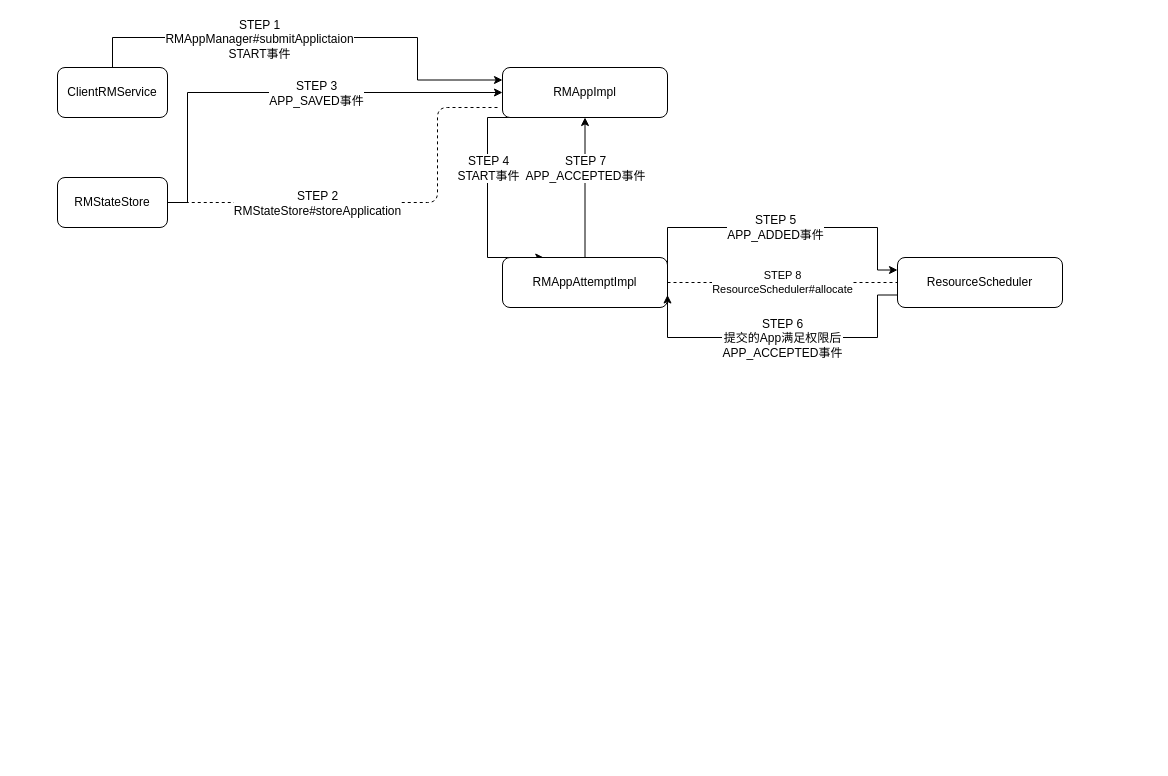
Earlier version of the draw.io diagram 启动ApplicationMaster流程.drawio (Xiwu1994/chart). Source tidied: cells renumbered, new cells numbered last; positions are measured from the earlier drawing's top-left corner, leaving out a move shared by most shapes. Both pictures are drawn from the tidied source at 100%, with x=0, y=0 at pixel (57, 37).
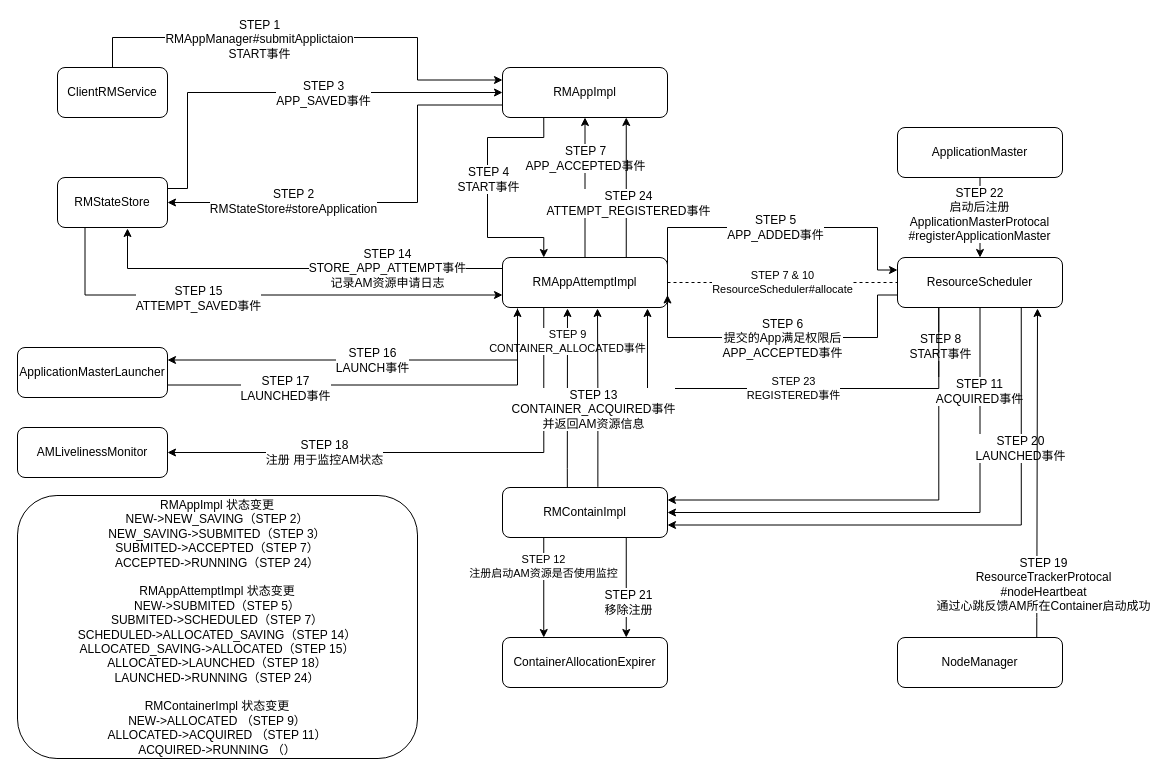
The same diagram, later.

Unchanged cells that the change refers to:
```xml
<mxCell id="7" value="RMAppImpl" style="rounded=1;whiteSpace=wrap;html=1;" parent="1" vertex="1">
  <mxGeometry x="445" y="30" width="165" height="50" as="geometry" />
</mxCell>
<mxCell id="10" value="RMStateStore" style="rounded=1;whiteSpace=wrap;html=1;" parent="1" vertex="1">
  <mxGeometry y="140" width="110" height="50" as="geometry" />
</mxCell>
<mxCell id="15" style="edgeStyle=orthogonalEdgeStyle;rounded=0;jettySize=auto;html=1;exitX=0.5;exitY=0;exitDx=0;exitDy=0;entryX=0.5;entryY=1;entryDx=0;entryDy=0;" parent="1" edge="1" source="17" target="7">
  <mxGeometry relative="1" as="geometry" />
</mxCell>
<mxCell id="17" value="RMAppAttemptImpl" style="rounded=1;whiteSpace=wrap;html=1;" parent="1" vertex="1">
  <mxGeometry x="445" y="220" width="165" height="50" as="geometry" />
</mxCell>
<mxCell id="20" value="ResourceScheduler" style="rounded=1;whiteSpace=wrap;html=1;" parent="1" vertex="1">
  <mxGeometry x="840" y="220" width="165" height="50" as="geometry" />
</mxCell>
```

Change to the diagram source:
```diff
@@
     <mxCell id="5" style="edgeStyle=orthogonalEdgeStyle;rounded=0;jettySize=auto;html=1;exitX=0.25;exitY=1;exitDx=0;exitDy=0;entryX=0.25;entryY=0;entryDx=0;entryDy=0;" parent="1" edge="1" source="7" target="17">
       <mxGeometry relative="1" as="geometry">
         <Array as="points">
-          <mxPoint x="430" y="80" />
-          <mxPoint x="430" y="220" />
+          <mxPoint x="486" y="100" />
+          <mxPoint x="430" y="100" />
+          <mxPoint x="430" y="200" />
+          <mxPoint x="486" y="200" />
         </Array>
       </mxGeometry>
     </mxCell>
     <mxCell id="6" value="STEP 4&lt;br&gt;START事件" style="text;html=1;align=center;verticalAlign=middle;labelBackgroundColor=#ffffff;" parent="5" vertex="1">
       <mxGeometry x="-0.21" y="-1" relative="1" as="geometry">
-        <mxPoint x="1" y="7" as="offset" />
+        <mxPoint x="1" y="17.5" as="offset" />
       </mxGeometry>
     </mxCell>
+    <mxCell id="22" style="edgeStyle=orthogonalEdgeStyle;rounded=0;jettySize=auto;html=1;exitX=0;exitY=0.75;exitDx=0;exitDy=0;entryX=1;entryY=0.5;entryDx=0;entryDy=0;" parent="1" edge="1" source="7" target="10">
+      <mxGeometry relative="1" as="geometry">
+        <Array as="points">
+          <mxPoint x="360" y="67" />
+          <mxPoint x="360" y="165" />
+        </Array>
+      </mxGeometry>
+    </mxCell>
+    <mxCell id="12" value="STEP 2&lt;br&gt;RMStateStore#storeApplication" style="text;html=1;align=center;verticalAlign=middle;labelBackgroundColor=#ffffff;" parent="22" vertex="1">
+      <mxGeometry x="0.42" y="-2" relative="1" as="geometry" />
+    </mxCell>
@@
     <mxCell id="8" style="edgeStyle=orthogonalEdgeStyle;rounded=0;jettySize=auto;html=1;entryX=0;entryY=0.5;entryDx=0;entryDy=0;" parent="1" edge="1" source="10" target="7">
       <mxGeometry relative="1" as="geometry">
         <Array as="points">
-          <mxPoint x="130" y="165" />
+          <mxPoint x="130" y="151" />
           <mxPoint x="130" y="55" />
         </Array>
       </mxGeometry>
     </mxCell>
@@
+    <mxCell id="23" style="edgeStyle=orthogonalEdgeStyle;rounded=0;jettySize=auto;html=1;exitX=0.25;exitY=1;exitDx=0;exitDy=0;entryX=0;entryY=0.75;entryDx=0;entryDy=0;" parent="1" edge="1" source="10" target="17">
+      <mxGeometry relative="1" as="geometry" />
+    </mxCell>
+    <mxCell id="24" value="STEP 15&lt;br&gt;ATTEMPT_SAVED事件" style="text;html=1;align=center;verticalAlign=middle;labelBackgroundColor=#ffffff;" parent="23" vertex="1">
+      <mxGeometry x="-0.39" relative="1" as="geometry">
+        <mxPoint x="32.5" y="2.5" as="offset" />
+      </mxGeometry>
+    </mxCell>
@@
-    <mxCell id="11" style="endArrow=none;dashed=1;html=1;entryX=1;entryY=0.5;entryDx=0;entryDy=0;" parent="1" edge="1" target="10">
-      <mxGeometry relative="1" as="geometry">
-        <mxPoint x="440" y="70" as="sourcePoint" />
-        <Array as="points">
-          <mxPoint x="380" y="70" />
-          <mxPoint x="380" y="165" />
-        </Array>
-      </mxGeometry>
-    </mxCell>
-    <mxCell id="12" value="STEP 2&lt;br&gt;RMStateStore#storeApplication" style="text;html=1;align=center;verticalAlign=middle;labelBackgroundColor=#ffffff;" parent="11" vertex="1">
-      <mxGeometry x="0.3" relative="1" as="geometry" />
-    </mxCell>
@@
     <mxCell id="16" value="STEP 7&lt;br&gt;APP_ACCEPTED事件" style="text;html=1;align=center;verticalAlign=middle;labelBackgroundColor=#ffffff;" parent="15" vertex="1">
       <mxGeometry x="0.24" y="3" relative="1" as="geometry">
-        <mxPoint x="2.5" y="-3" as="offset" />
+        <mxPoint x="3" y="-13" as="offset" />
       </mxGeometry>
     </mxCell>
+    <mxCell id="25" style="edgeStyle=orthogonalEdgeStyle;rounded=0;jettySize=auto;html=1;exitX=0;exitY=0.25;exitDx=0;exitDy=0;" parent="1" edge="1" source="17">
+      <mxGeometry relative="1" as="geometry">
+        <mxPoint x="70" y="191" as="targetPoint" />
+        <Array as="points">
+          <mxPoint x="445" y="231" />
+          <mxPoint x="70" y="231" />
+        </Array>
+      </mxGeometry>
+    </mxCell>
+    <mxCell id="26" value="STEP 14&lt;br&gt;STORE_APP_ATTEMPT事件&lt;br&gt;记录AM资源申请日志" style="text;html=1;align=center;verticalAlign=middle;labelBackgroundColor=#ffffff;" parent="25" vertex="1">
+      <mxGeometry x="-0.13" relative="1" as="geometry">
+        <mxPoint x="63.5" y="-0.5" as="offset" />
+      </mxGeometry>
+    </mxCell>
+    <mxCell id="27" style="edgeStyle=orthogonalEdgeStyle;rounded=0;jettySize=auto;html=1;exitX=0.25;exitY=1;exitDx=0;exitDy=0;entryX=1;entryY=0.5;entryDx=0;entryDy=0;" parent="1" edge="1" source="17" target="51">
+      <mxGeometry relative="1" as="geometry">
+        <Array as="points">
+          <mxPoint x="486" y="415" />
+        </Array>
+      </mxGeometry>
+    </mxCell>
+    <mxCell id="28" value="STEP 18&lt;br&gt;注册 用于监控AM状态" style="text;html=1;align=center;verticalAlign=middle;labelBackgroundColor=#ffffff;" parent="27" vertex="1">
+      <mxGeometry x="0.4" y="-1" relative="1" as="geometry" />
+    </mxCell>
+    <mxCell id="29" style="edgeStyle=orthogonalEdgeStyle;rounded=0;jettySize=auto;html=1;exitX=0.75;exitY=0;exitDx=0;exitDy=0;entryX=0.75;entryY=1;entryDx=0;entryDy=0;" parent="1" edge="1" source="17" target="7">
+      <mxGeometry relative="1" as="geometry" />
+    </mxCell>
+    <mxCell id="30" value="STEP 24&lt;br&gt;ATTEMPT_REGISTERED事件" style="text;html=1;align=center;verticalAlign=middle;labelBackgroundColor=#ffffff;" parent="29" vertex="1">
+      <mxGeometry x="-0.16" y="-1" relative="1" as="geometry">
+        <mxPoint x="0.5" y="4" as="offset" />
+      </mxGeometry>
+    </mxCell>
@@
+    <mxCell id="31" style="edgeStyle=orthogonalEdgeStyle;rounded=0;jettySize=auto;html=1;exitX=0.25;exitY=1;exitDx=0;exitDy=0;entryX=1;entryY=0.25;entryDx=0;entryDy=0;" parent="1" edge="1" source="20" target="46">
+      <mxGeometry relative="1" as="geometry" />
+    </mxCell>
+    <mxCell id="32" value="STEP 8&lt;br&gt;START事件" style="text;html=1;align=center;verticalAlign=middle;labelBackgroundColor=#ffffff;" parent="31" vertex="1">
+      <mxGeometry x="-0.83" y="1" relative="1" as="geometry" />
+    </mxCell>
+    <mxCell id="33" style="edgeStyle=orthogonalEdgeStyle;rounded=0;jettySize=auto;html=1;exitX=0.5;exitY=1;exitDx=0;exitDy=0;entryX=1;entryY=0.5;entryDx=0;entryDy=0;" parent="1" edge="1" source="20" target="46">
+      <mxGeometry relative="1" as="geometry">
+        <Array as="points">
+          <mxPoint x="923" y="475" />
+        </Array>
+      </mxGeometry>
+    </mxCell>
+    <mxCell id="34" value="STEP 11&lt;br&gt;ACQUIRED事件" style="text;html=1;align=center;verticalAlign=middle;labelBackgroundColor=#ffffff;" parent="33" vertex="1">
+      <mxGeometry x="-0.68" y="-1" relative="1" as="geometry" />
+    </mxCell>
+    <mxCell id="35" style="edgeStyle=orthogonalEdgeStyle;rounded=0;jettySize=auto;html=1;exitX=0.75;exitY=1;exitDx=0;exitDy=0;entryX=1;entryY=0.75;entryDx=0;entryDy=0;" parent="1" edge="1" source="20" target="46">
+      <mxGeometry relative="1" as="geometry" />
+    </mxCell>
+    <mxCell id="36" value="STEP 20&lt;br&gt;LAUNCHED事件" style="text;html=1;align=center;verticalAlign=middle;labelBackgroundColor=#ffffff;" parent="35" vertex="1">
+      <mxGeometry x="-0.51" y="-1" relative="1" as="geometry" />
+    </mxCell>
+    <mxCell id="37" value="STEP 23&lt;br&gt;REGISTERED事件" style="edgeStyle=orthogonalEdgeStyle;rounded=0;jettySize=auto;html=1;exitX=0.25;exitY=1;exitDx=0;exitDy=0;" parent="1" edge="1" source="20">
+      <mxGeometry relative="1" as="geometry">
+        <mxPoint x="590" y="271" as="targetPoint" />
+        <Array as="points">
+          <mxPoint x="882" y="351" />
+          <mxPoint x="590" y="351" />
+        </Array>
+      </mxGeometry>
+    </mxCell>
@@
-    <mxCell id="21" value="STEP 8&lt;br&gt;ResourceScheduler#allocate" style="endArrow=none;dashed=1;html=1;exitX=1;exitY=0.5;exitDx=0;exitDy=0;entryX=0;entryY=0.5;entryDx=0;entryDy=0;" parent="1" edge="1" source="17" target="20">
+    <mxCell id="21" value="STEP 7 &amp;amp; 10&lt;br&gt;ResourceScheduler#allocate" style="endArrow=none;dashed=1;html=1;exitX=1;exitY=0.5;exitDx=0;exitDy=0;entryX=0;entryY=0.5;entryDx=0;entryDy=0;" parent="1" edge="1" source="17" target="20">
       <mxGeometry relative="1" as="geometry" />
     </mxCell>
+    <mxCell id="38" value="STEP 9&lt;br&gt;CONTAINER_ALLOCATED事件" style="edgeStyle=orthogonalEdgeStyle;rounded=0;jettySize=auto;html=1;exitX=0.393;exitY=0.034;exitDx=0;exitDy=0;exitPerimeter=0;" parent="1" edge="1" source="46">
+      <mxGeometry x="0.64" relative="1" as="geometry">
+        <mxPoint x="510" y="271" as="targetPoint" />
+        <Array as="points">
+          <mxPoint x="510" y="431" />
+          <mxPoint x="510" y="431" />
+        </Array>
+      </mxGeometry>
+    </mxCell>
+    <mxCell id="39" value="STEP 12&lt;br&gt;注册启动AM资源是否使用监控" style="edgeStyle=orthogonalEdgeStyle;rounded=0;jettySize=auto;html=1;exitX=0.25;exitY=1;exitDx=0;exitDy=0;entryX=0.25;entryY=0;entryDx=0;entryDy=0;" parent="1" edge="1" source="46" target="47">
+      <mxGeometry x="-0.43" relative="1" as="geometry" />
+    </mxCell>
+    <mxCell id="40" style="edgeStyle=orthogonalEdgeStyle;rounded=0;jettySize=auto;html=1;exitX=0.578;exitY=-0.013;exitDx=0;exitDy=0;exitPerimeter=0;" parent="1" edge="1" source="46">
+      <mxGeometry relative="1" as="geometry">
+        <mxPoint x="540" y="271" as="targetPoint" />
+      </mxGeometry>
+    </mxCell>
+    <mxCell id="41" value="STEP 13&lt;br&gt;CONTAINER_ACQUIRED事件&lt;br&gt;并返回AM资源信息" style="text;html=1;align=center;verticalAlign=middle;labelBackgroundColor=#ffffff;" parent="40" vertex="1">
+      <mxGeometry x="-0.13" y="5" relative="1" as="geometry" />
+    </mxCell>
+    <mxCell id="42" style="edgeStyle=orthogonalEdgeStyle;rounded=0;jettySize=auto;html=1;entryX=1;entryY=0.25;entryDx=0;entryDy=0;" parent="1" edge="1" target="50">
+      <mxGeometry relative="1" as="geometry">
+        <mxPoint x="460" y="271" as="sourcePoint" />
+        <Array as="points">
+          <mxPoint x="460" y="271" />
+          <mxPoint x="460" y="342" />
+        </Array>
+      </mxGeometry>
+    </mxCell>
+    <mxCell id="43" value="STEP 16&lt;br&gt;LAUNCH事件" style="text;html=1;align=center;verticalAlign=middle;labelBackgroundColor=#ffffff;" parent="42" vertex="1">
+      <mxGeometry x="0.06" y="-1" relative="1" as="geometry">
+        <mxPoint x="16" y="1" as="offset" />
+      </mxGeometry>
+    </mxCell>
+    <mxCell id="44" style="edgeStyle=orthogonalEdgeStyle;rounded=0;jettySize=auto;html=1;exitX=0.75;exitY=1;exitDx=0;exitDy=0;entryX=0.75;entryY=0;entryDx=0;entryDy=0;" parent="1" edge="1" source="46" target="47">
+      <mxGeometry relative="1" as="geometry" />
+    </mxCell>
+    <mxCell id="45" value="STEP 21&lt;br&gt;移除注册" style="text;html=1;align=center;verticalAlign=middle;labelBackgroundColor=#ffffff;" parent="44" vertex="1">
+      <mxGeometry x="0.16" y="1" relative="1" as="geometry">
+        <mxPoint x="0.5" y="6" as="offset" />
+      </mxGeometry>
+    </mxCell>
+    <mxCell id="46" value="RMContainImpl" style="rounded=1;whiteSpace=wrap;html=1;" parent="1" vertex="1">
+      <mxGeometry x="445" y="450" width="165" height="50" as="geometry" />
+    </mxCell>
+    <mxCell id="47" value="ContainerAllocationExpirer" style="rounded=1;whiteSpace=wrap;html=1;" parent="1" vertex="1">
+      <mxGeometry x="445" y="600" width="165" height="50" as="geometry" />
+    </mxCell>
+    <mxCell id="48" style="edgeStyle=orthogonalEdgeStyle;rounded=0;jettySize=auto;html=1;exitX=1;exitY=0.75;exitDx=0;exitDy=0;" parent="1" edge="1" source="50">
+      <mxGeometry relative="1" as="geometry">
+        <mxPoint x="460" y="271" as="targetPoint" />
+        <Array as="points">
+          <mxPoint x="460" y="347" />
+        </Array>
+      </mxGeometry>
+    </mxCell>
+    <mxCell id="49" value="STEP 17&lt;br&gt;LAUNCHED事件" style="text;html=1;align=center;verticalAlign=middle;labelBackgroundColor=#ffffff;" parent="48" vertex="1">
+      <mxGeometry x="-0.57" y="1" relative="1" as="geometry">
+        <mxPoint x="25" y="4" as="offset" />
+      </mxGeometry>
+    </mxCell>
+    <mxCell id="50" value="ApplicationMasterLauncher" style="rounded=1;whiteSpace=wrap;html=1;" parent="1" vertex="1">
+      <mxGeometry x="-40" y="310" width="150" height="50" as="geometry" />
+    </mxCell>
+    <mxCell id="51" value="AMLivelinessMonitor" style="rounded=1;whiteSpace=wrap;html=1;" parent="1" vertex="1">
+      <mxGeometry x="-40" y="390" width="150" height="50" as="geometry" />
+    </mxCell>
+    <mxCell id="52" style="edgeStyle=orthogonalEdgeStyle;rounded=0;jettySize=auto;html=1;exitX=0.844;exitY=-0.001;exitDx=0;exitDy=0;exitPerimeter=0;" parent="1" edge="1" source="54">
+      <mxGeometry relative="1" as="geometry">
+        <mxPoint x="980" y="271" as="targetPoint" />
+        <Array as="points">
+          <mxPoint x="979" y="580" />
+          <mxPoint x="980" y="580" />
+        </Array>
+      </mxGeometry>
+    </mxCell>
+    <mxCell id="53" value="STEP 19&lt;br&gt;ResourceTrackerProtocal&lt;br&gt;#nodeHeartbeat&lt;br&gt;通过心跳反馈AM所在Container启动成功" style="text;html=1;align=center;verticalAlign=middle;labelBackgroundColor=#ffffff;" parent="52" vertex="1">
+      <mxGeometry x="-0.56" y="2" relative="1" as="geometry">
+        <mxPoint x="8" y="18.5" as="offset" />
+      </mxGeometry>
+    </mxCell>
+    <mxCell id="54" value="NodeManager" style="rounded=1;whiteSpace=wrap;html=1;" parent="1" vertex="1">
+      <mxGeometry x="840" y="600" width="165" height="50" as="geometry" />
+    </mxCell>
+    <mxCell id="55" style="edgeStyle=orthogonalEdgeStyle;rounded=0;jettySize=auto;html=1;" parent="1" edge="1" source="57" target="20">
+      <mxGeometry relative="1" as="geometry" />
+    </mxCell>
+    <mxCell id="56" value="STEP 22&lt;br&gt;启动后注册&lt;br&gt;ApplicationMasterProtocal&lt;br&gt;#registerApplicationMaster" style="text;html=1;align=center;verticalAlign=middle;labelBackgroundColor=#ffffff;" parent="55" vertex="1">
+      <mxGeometry x="-0.09" y="-1" relative="1" as="geometry" />
+    </mxCell>
+    <mxCell id="57" value="ApplicationMaster" style="rounded=1;whiteSpace=wrap;html=1;" parent="1" vertex="1">
+      <mxGeometry x="840" y="90" width="165" height="50" as="geometry" />
+    </mxCell>
+    <mxCell id="58" value="RMAppImpl 状态变更&lt;br&gt;NEW-&amp;gt;NEW_SAVING（STEP 2）&lt;br&gt;NEW_SAVING-&amp;gt;SUBMITED（STEP 3）&lt;br&gt;SUBMITED-&amp;gt;ACCEPTED（STEP 7）&lt;br&gt;ACCEPTED-&amp;gt;RUNNING（STEP 24）&lt;br&gt;&lt;br&gt;RMAppAttemptImpl 状态变更&lt;br&gt;NEW-&amp;gt;SUBMITED（STEP 5）&lt;br&gt;SUBMITED-&amp;gt;SCHEDULED（STEP 7）&lt;br&gt;SCHEDULED-&amp;gt;ALLOCATED_SAVING（STEP 14）&lt;br&gt;ALLOCATED_SAVING-&amp;gt;ALLOCATED（STEP 15）&lt;br&gt;ALLOCATED-&amp;gt;LAUNCHED（STEP 18）&lt;br&gt;LAUNCHED-&amp;gt;RUNNING（STEP 24）&lt;br&gt;&lt;br&gt;RMContainerImpl 状态变更&lt;br&gt;NEW-&amp;gt;ALLOCATED （STEP 9）&lt;br&gt;ALLOCATED-&amp;gt;ACQUIRED （STEP 11）&lt;br&gt;ACQUIRED-&amp;gt;RUNNING （）" style="rounded=1;whiteSpace=wrap;html=1;" parent="1" vertex="1">
+      <mxGeometry x="-40" y="458" width="400" height="263" as="geometry" />
+    </mxCell>
```
